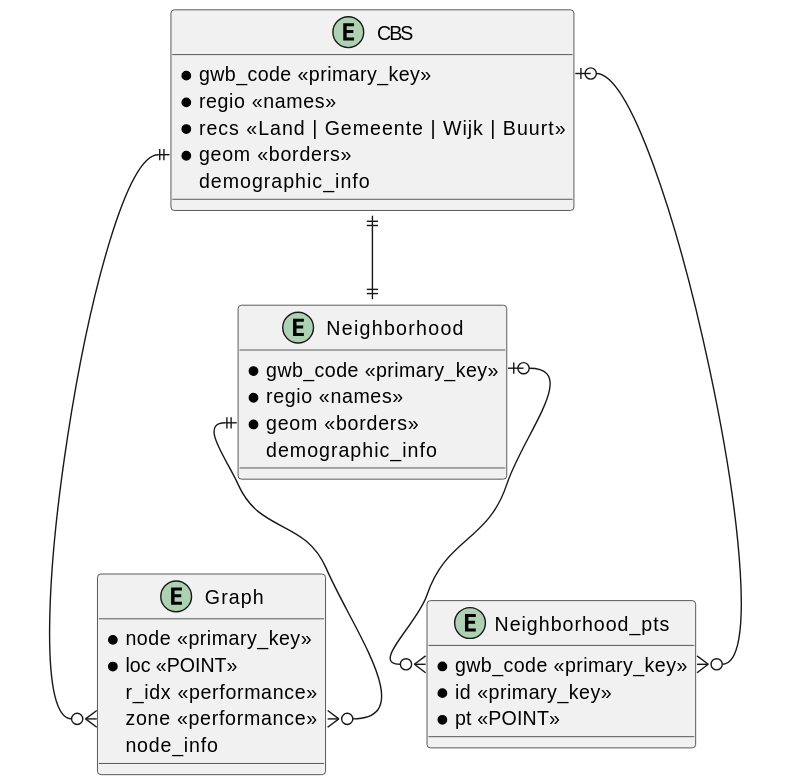
Earlier version of the PlantUML export Project-Overview/Design/Outer_design/database.svg (Tobias0107/STDAP). Its diagram source:
```plantuml
@startuml

entity CBS {
    *gwb_code <<primary_key>>
    *regio <<names>>
    *recs <<Land | Gemeente | Wijk | Buurt>>
    *geom <<borders>>
    demographic_info
}

entity Graph {
    *node <<primary_key>>
    *loc <<POINT>>
    r_idx <<performance>>
    zone <<performance>>
    node_info
}

entity Neighborhood_pts {
    *gwb_code <<primary_key>>
    *id <<primary_key>>
    *pt <<POINT>>
}

entity Neighborhood {
    *gwb_code <<primary_key>>
    *regio <<names>>
    *geom <<borders>>
    demographic_info
}



CBS ||--|| Neighborhood
CBS::gwb_code |o--o{  Neighborhood_pts::gwb_code
Neighborhood::gwb_code |o--o{  Neighborhood_pts::gwb_code

CBS::geom ||--o{ Graph::zone
Neighborhood::geom ||--o{ Graph::zone
@enduml
```
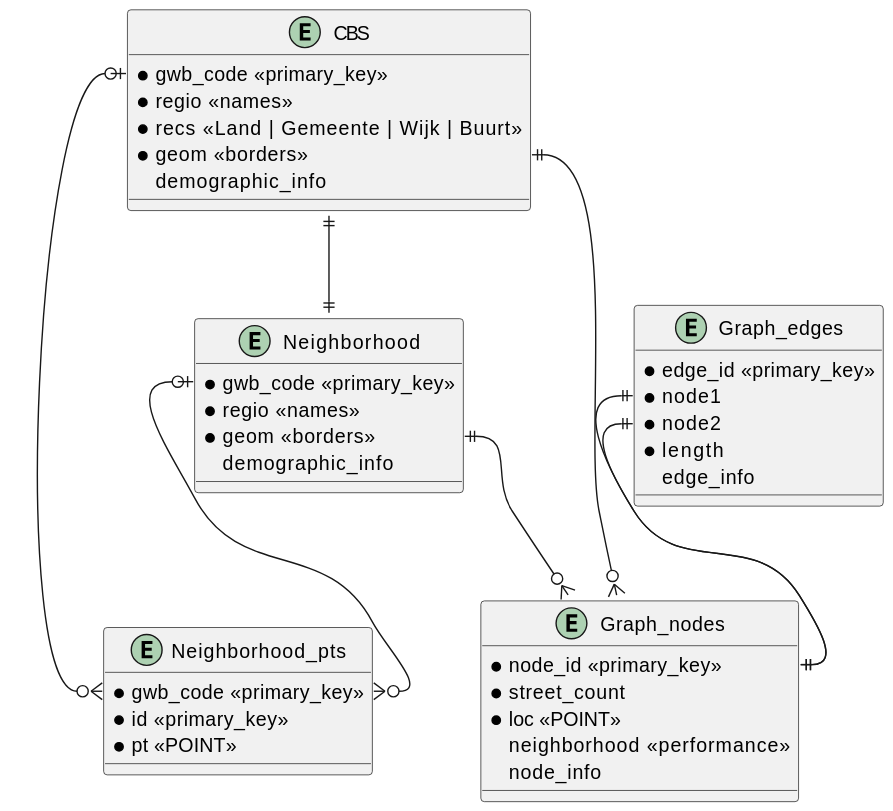
Later version of the same file.

Commit message:
More database, not working yet

The edit, as a diff of the source:
```diff
@@ -8,13 +8,22 @@
     demographic_info
 }
 
-entity Graph {
-    *node <<primary_key>>
+entity Graph_nodes {
+    *node_id <<primary_key>>
+    *street_count
     *loc <<POINT>>
-    r_idx <<performance>>
-    zone <<performance>>
+    neighborhood <<performance>>
     node_info
 }
+
+entity Graph_edges {
+    *edge_id <<primary_key>>
+    *node1
+    *node2
+    *length
+    edge_info
+}
+
 
 entity Neighborhood_pts {
     *gwb_code <<primary_key>>
@@ -35,6 +44,9 @@
 CBS::gwb_code |o--o{  Neighborhood_pts::gwb_code
 Neighborhood::gwb_code |o--o{  Neighborhood_pts::gwb_code
 
-CBS::geom ||--o{ Graph::zone
-Neighborhood::geom ||--o{ Graph::zone
+CBS::geom ||--o{ Graph_nodes::zone
+Neighborhood::geom ||--o{ Graph_nodes::zone
+
+Graph_edges::node1 ||--|| Graph_nodes::node_id
+Graph_edges::node2 ||--|| Graph_nodes::node_id
 @enduml
```
